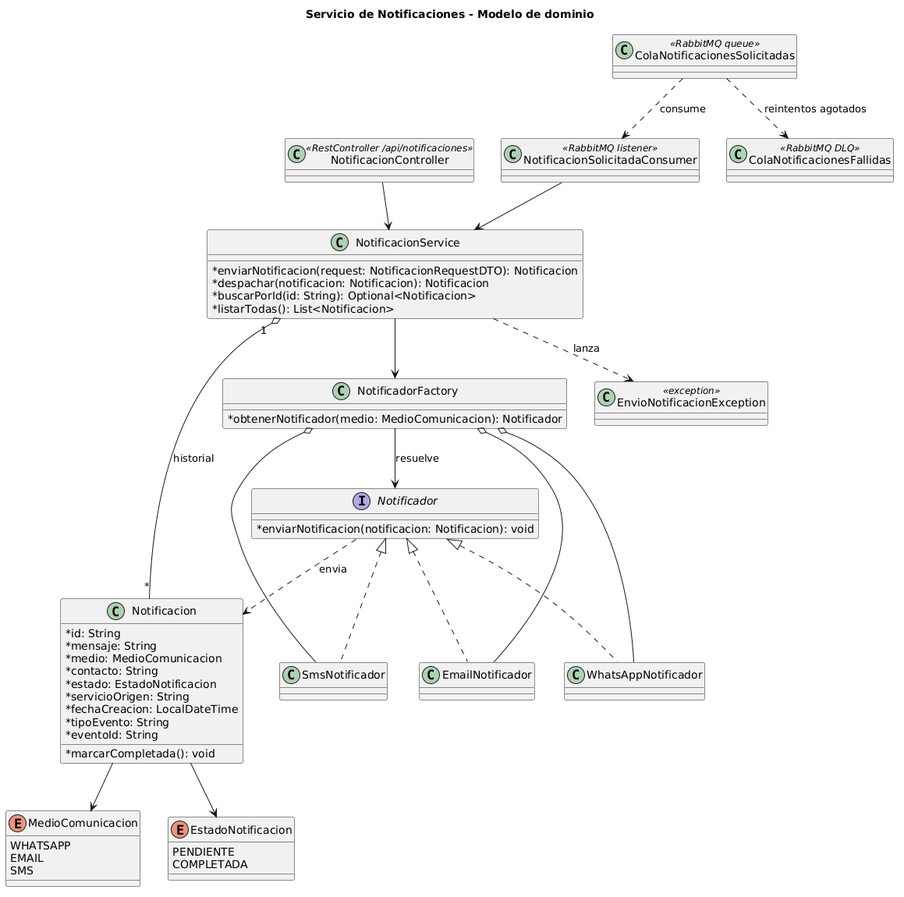
DSI-Grupo-4/tp_anual_dsi_grupo4 keeps this PlantUML diagram as diagramas/ddc/img/notificaciones.png. Above is the earlier version. Its source is kept beside it as diagramas/ddc/notificaciones.puml.
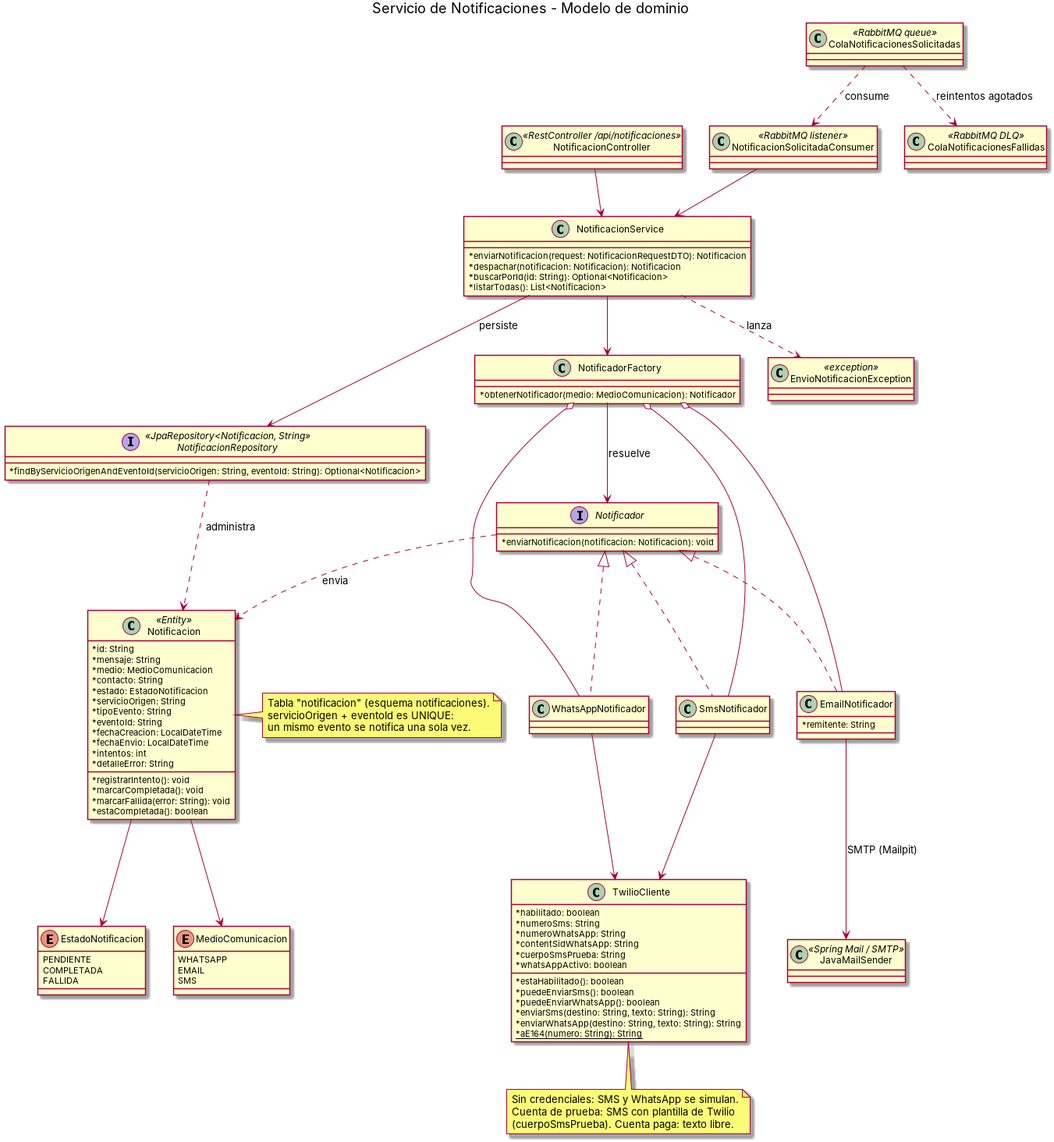
After the change.

The edit, as a diff of the source:
```diff
@@ -6,7 +6,7 @@
 skinparam classAttributeIconSize 0
 
 
-class Notificacion {
+class Notificacion <<Entity>> {
 
 * id: String
 * mensaje: String
@@ -14,12 +14,24 @@
 * contacto: String
 * estado: EstadoNotificacion
 * servicioOrigen: String
-* fechaCreacion: LocalDateTime
 * tipoEvento: String
 * eventoId: String
+* fechaCreacion: LocalDateTime
+* fechaEnvio: LocalDateTime
+* intentos: int
+* detalleError: String
 
+* registrarIntento(): void
 * marcarCompletada(): void
+* marcarFallida(error: String): void
+* estaCompletada(): boolean
 }
+
+note right of Notificacion
+  Tabla "notificacion" (esquema notificaciones).
+  servicioOrigen + eventoId es UNIQUE:
+  un mismo evento se notifica una sola vez.
+end note
 
 enum MedioComunicacion {
 WHATSAPP
@@ -30,6 +42,7 @@
 enum EstadoNotificacion {
 PENDIENTE
 COMPLETADA
+FALLIDA
 }
 
 Notificacion --> MedioComunicacion
@@ -40,7 +53,10 @@
 * enviarNotificacion(notificacion: Notificacion): void
 }
 
-class EmailNotificador
+class EmailNotificador {
+* remitente: String
+}
+
 class SmsNotificador
 class WhatsAppNotificador
 
@@ -59,6 +75,35 @@
 NotificadorFactory o-- WhatsAppNotificador
 
 
+class JavaMailSender <<Spring Mail / SMTP>>
+
+class TwilioCliente {
+* habilitado: boolean
+* numeroSms: String
+* numeroWhatsApp: String
+* contentSidWhatsApp: String
+* cuerpoSmsPrueba: String
+* whatsAppActivo: boolean
+
+* estaHabilitado(): boolean
+* puedeEnviarSms(): boolean
+* puedeEnviarWhatsApp(): boolean
+* enviarSms(destino: String, texto: String): String
+* enviarWhatsApp(destino: String, texto: String): String
+* {static} aE164(numero: String): String
+}
+
+EmailNotificador --> JavaMailSender : SMTP (Mailpit)
+SmsNotificador --> TwilioCliente
+WhatsAppNotificador --> TwilioCliente
+
+note bottom of TwilioCliente
+  Sin credenciales: SMS y WhatsApp se simulan.
+  Cuenta de prueba: SMS con plantilla de Twilio
+  (cuerpoSmsPrueba). Cuenta paga: texto libre.
+end note
+
+
 class NotificacionService {
 
 * enviarNotificacion(request: NotificacionRequestDTO): Notificacion
@@ -67,10 +112,15 @@
 * listarTodas(): List<Notificacion>
 }
 
+interface NotificacionRepository <<JpaRepository<Notificacion, String>>> {
+* findByServicioOrigenAndEventoId(servicioOrigen: String, eventoId: String): Optional<Notificacion>
+}
+
 class EnvioNotificacionException <<exception>>
 
 NotificacionService --> NotificadorFactory
-NotificacionService "1" o-- "*" Notificacion : historial
+NotificacionService --> NotificacionRepository : persiste
+NotificacionRepository ..> Notificacion : administra
 NotificacionService ..> EnvioNotificacionException : lanza
 
 
```
